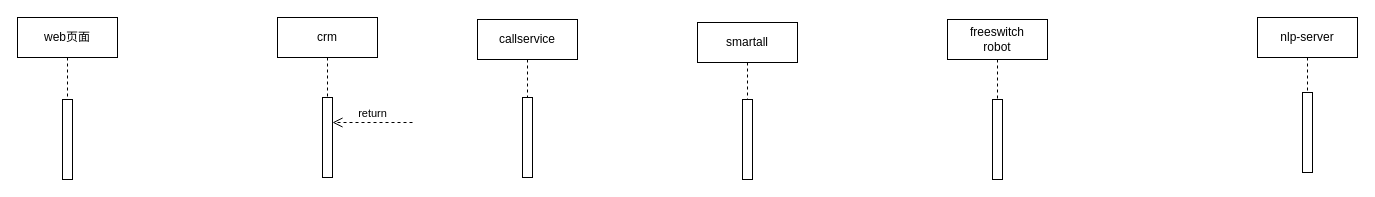
Earlier version of the draw.io diagram Untitled Diagram.drawio (shfguan/mygit). Source tidied: cells renumbered, new cells numbered last; positions are measured from the earlier drawing's top-left corner, leaving out a move shared by most shapes. Both pictures are drawn from the tidied source at 100%, with x=0, y=0 at pixel (17, 17).
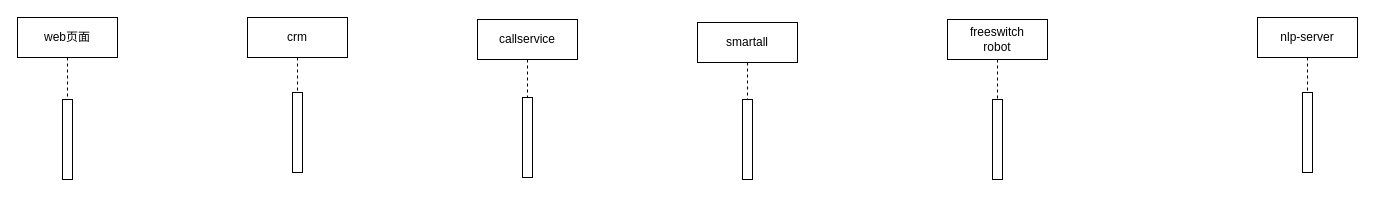
The same page after the edit.

The edit, as a diff of the source:
```diff
@@
 <mxGraphModel>
   <root>
     <mxCell id="0" />
     <mxCell id="1" parent="0" />
     <mxCell id="2" value="smartall" style="shape=umlLifeline;perimeter=lifelinePerimeter;whiteSpace=wrap;html=1;" parent="1" vertex="1">
       <mxGeometry x="680" y="5" width="100" height="80" as="geometry" />
     </mxCell>
     <mxCell id="3" value="freeswitch&lt;br&gt;robot&lt;br&gt;" style="shape=umlLifeline;perimeter=lifelinePerimeter;whiteSpace=wrap;html=1;" parent="1" vertex="1">
       <mxGeometry x="930" y="2" width="100" height="80" as="geometry" />
     </mxCell>
     <mxCell id="4" value="nlp-server" style="shape=umlLifeline;perimeter=lifelinePerimeter;whiteSpace=wrap;html=1;" parent="1" vertex="1">
       <mxGeometry x="1240" width="100" height="80" as="geometry" />
     </mxCell>
     <mxCell id="5" value="callservice" style="shape=umlLifeline;perimeter=lifelinePerimeter;whiteSpace=wrap;html=1;" parent="1" vertex="1">
       <mxGeometry x="460" y="2" width="100" height="80" as="geometry" />
     </mxCell>
     <mxCell id="6" value="crm" style="shape=umlLifeline;perimeter=lifelinePerimeter;whiteSpace=wrap;html=1;" parent="1" vertex="1">
-      <mxGeometry x="260" width="100" height="80" as="geometry" />
+      <mxGeometry x="230" width="100" height="80" as="geometry" />
     </mxCell>
     <mxCell id="7" value="web页面" style="shape=umlLifeline;perimeter=lifelinePerimeter;whiteSpace=wrap;html=1;" parent="1" vertex="1">
       <mxGeometry width="100" height="80" as="geometry" />
     </mxCell>
     <mxCell id="8" style="html=1;perimeter=orthogonalPerimeter;" parent="1" vertex="1">
       <mxGeometry x="975" y="82" width="10" height="80" as="geometry" />
     </mxCell>
     <mxCell id="9" style="html=1;perimeter=orthogonalPerimeter;" parent="1" vertex="1">
       <mxGeometry x="1285" y="75" width="10" height="80" as="geometry" />
     </mxCell>
     <mxCell id="10" style="html=1;perimeter=orthogonalPerimeter;" parent="1" vertex="1">
       <mxGeometry x="725" y="82" width="10" height="80" as="geometry" />
     </mxCell>
     <mxCell id="11" style="html=1;perimeter=orthogonalPerimeter;" parent="1" vertex="1">
       <mxGeometry x="505" y="80" width="10" height="80" as="geometry" />
     </mxCell>
     <mxCell id="12" style="html=1;perimeter=orthogonalPerimeter;" parent="1" vertex="1">
-      <mxGeometry x="305" y="80" width="10" height="80" as="geometry" />
+      <mxGeometry x="275" y="75" width="10" height="80" as="geometry" />
     </mxCell>
     <mxCell id="13" style="html=1;perimeter=orthogonalPerimeter;" parent="1" vertex="1">
       <mxGeometry x="45" y="82" width="10" height="80" as="geometry" />
     </mxCell>
-    <mxCell id="14" value="return" style="html=1;verticalAlign=bottom;endArrow=open;dashed=1;endSize=8;" parent="1" edge="1">
-      <mxGeometry relative="1" as="geometry">
-        <mxPoint x="395" y="105" as="sourcePoint" />
-        <mxPoint x="315" y="105" as="targetPoint" />
-      </mxGeometry>
-    </mxCell>
   </root>
 </mxGraphModel>
```
